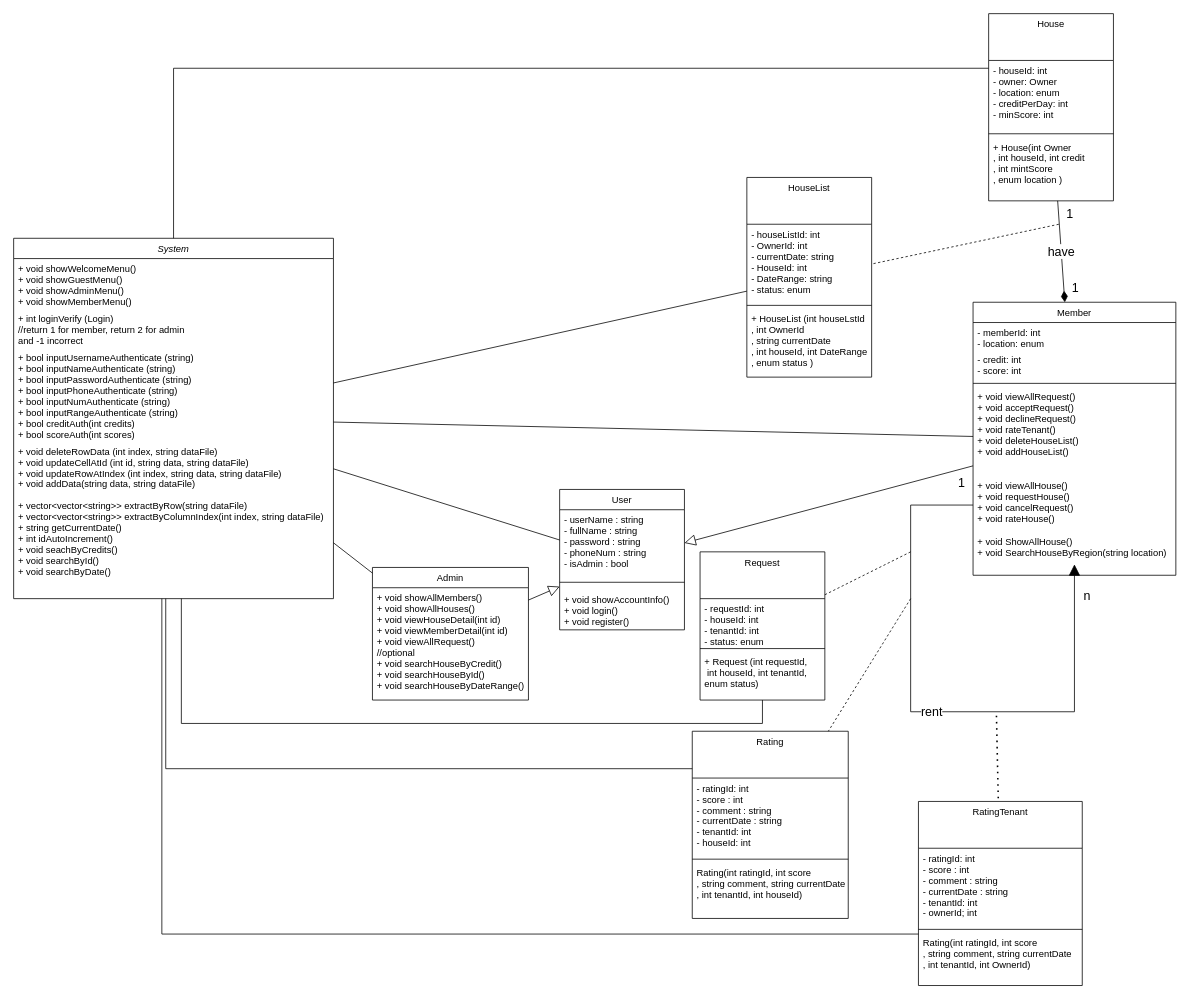
This is HouseRent.drawio from TrungNgo21/ERD_SQL, a draw.io file, before an edit. Source tidied: cells renumbered, new cells numbered last; positions are measured from the earlier drawing's top-left corner, leaving out a move shared by most shapes. Both pictures are drawn from the tidied source at 78%, with x=0, y=0 at pixel (13, 13).
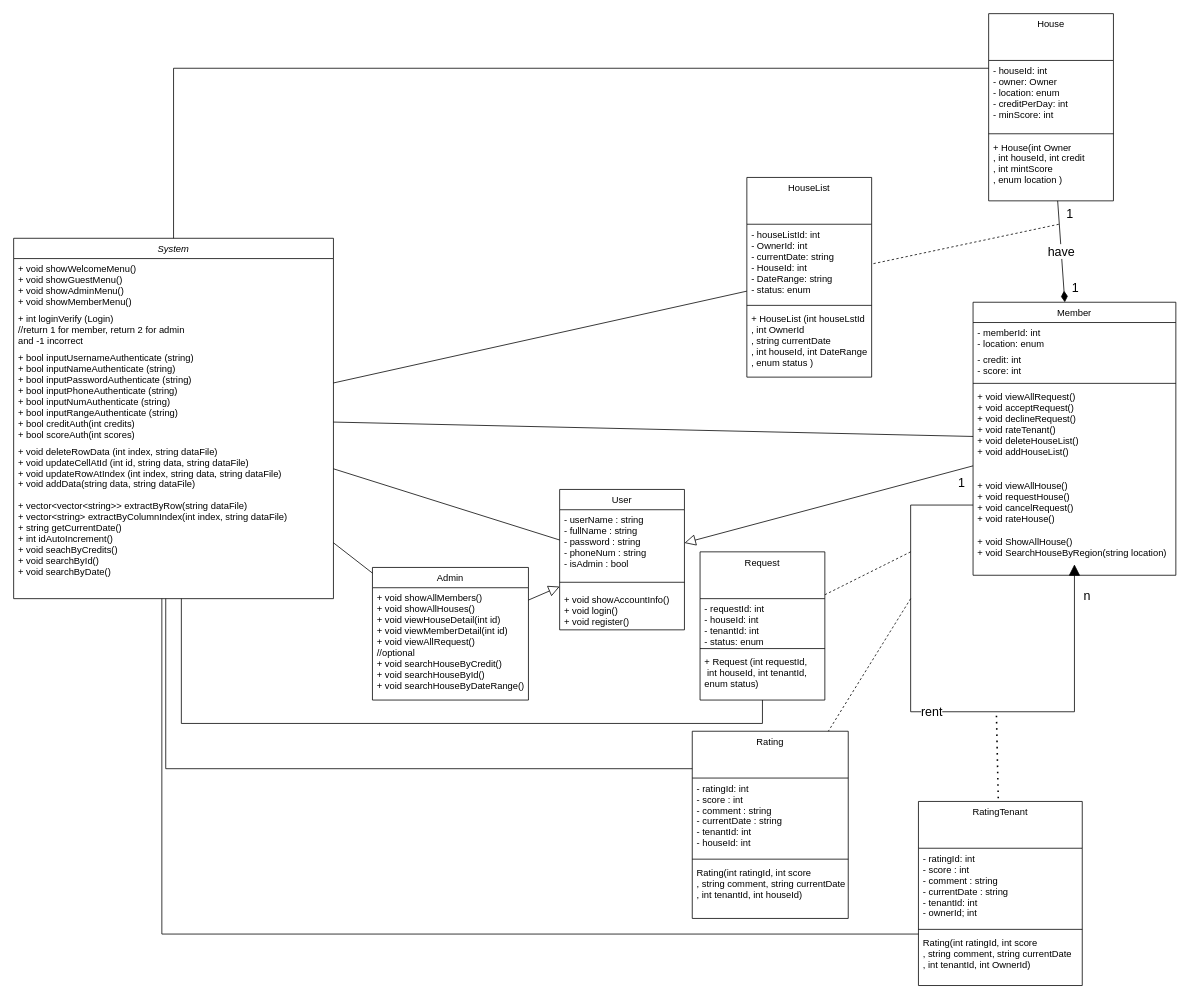
Above is the later version.

The change refers to these unchanged cells:
```xml
<mxCell id="37" value="System" style="swimlane;fontStyle=2;align=center;verticalAlign=top;horizontal=1;startSize=26;rounded=0;shadow=0;strokeWidth=1;" parent="1" vertex="1">
  <mxGeometry y="288" width="410" height="462" as="geometry" />
</mxCell>
```

What changed in the source:
```diff
@@
-    <mxCell id="42" value="+ vector&lt;vector&lt;string&gt;&gt; extractByRow(string dataFile)&#10;+ vector&lt;vector&lt;string&gt;&gt; extractByColumnIndex(int index, string dataFile)&#10;+ string getCurrentDate()&#10;+ int idAutoIncrement()&#10;+ void seachByCredits()&#10;+ void searchById()&#10;+ void searchByDate()" style="text;align=left;verticalAlign=top;spacingLeft=4;spacingRight=4;overflow=hidden;" parent="37" vertex="1">
+    <mxCell id="42" value="+ vector&lt;vector&lt;string&gt;&gt; extractByRow(string dataFile)&#10;+ vector&lt;string&gt; extractByColumnIndex(int index, string dataFile)&#10;+ string getCurrentDate()&#10;+ int idAutoIncrement()&#10;+ void seachByCredits()&#10;+ void searchById()&#10;+ void searchByDate()" style="text;align=left;verticalAlign=top;spacingLeft=4;spacingRight=4;overflow=hidden;" parent="37" vertex="1">
       <mxGeometry y="330" width="410" height="120" as="geometry" />
     </mxCell>
```
